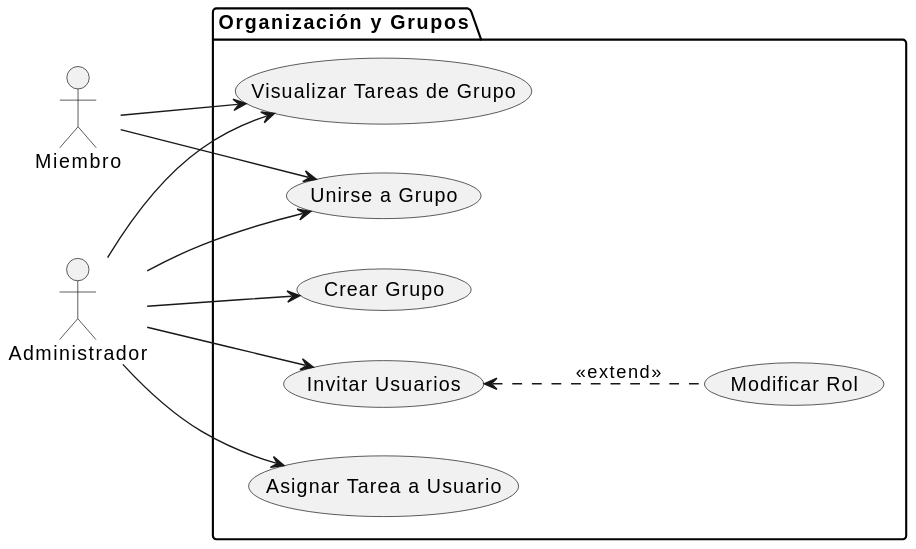
Earlier version of the PlantUML export documents/actoresYCasosDeUso/diagramas/diagramaOrganizaciónYGrupos/diagramaOrganizacionYGrupos.svg (inigovaqueroo04/25-26-IdSw1-SdR). Source of this version:
```plantuml
@startuml
left to right direction
actor "Administrador" as Admin
actor "Miembro" as Miem

package "Organización y Grupos" {
    usecase "Crear Grupo" as UC_G1
    usecase "Unirse a Grupo" as UC_G2
    usecase "Invitar Miembro" as UC_G3
    usecase "Visualizar Tareas de Grupo" as UC_G4
    usecase "Asignar Tarea" as UC_G5

    usecase "Modificar Rol" as UC_G6
}

Admin --> UC_G1
Admin --> UC_G2
Miem --> UC_G2
Admin --> UC_G3
Admin --> UC_G4
Miem --> UC_G4
Admin --> UC_G5
UC_G3 <.. UC_G6 : <<extend>>


    package "Organización y Grupos" {
        usecase "Crear Grupo" as UC_G1
        usecase "Unirse a Grupo" as UC_G2
        usecase "Invitar Usuarios" as UC_G3
        usecase "Visualizar Tareas de Grupo" as UC_G4
        usecase "Asignar Tarea a Usuario" as UC_G5
    }
@enduml
```
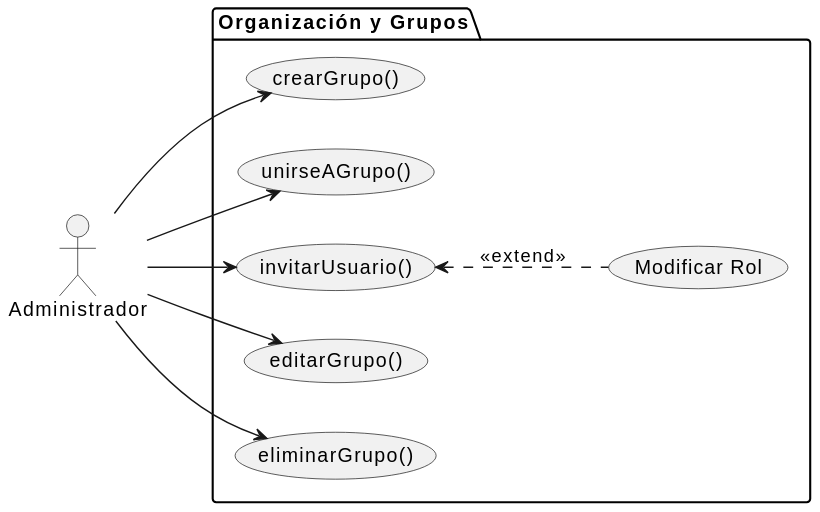
After the change.

Change to the diagram source:
```diff
@@ -1,33 +1,21 @@
 @startuml
 left to right direction
 actor "Administrador" as Admin
-actor "Miembro" as Miem
 
 package "Organización y Grupos" {
-    usecase "Crear Grupo" as UC_G1
-    usecase "Unirse a Grupo" as UC_G2
-    usecase "Invitar Miembro" as UC_G3
-    usecase "Visualizar Tareas de Grupo" as UC_G4
-    usecase "Asignar Tarea" as UC_G5
+    usecase "crearGrupo()" as UC_G1
+    usecase "unirseAGrupo()" as UC_G2
+    usecase "invitarUsuario()" as UC_G3
+    usecase "editarGrupo()" as UC_G4
+    usecase "eliminarGrupo()" as UC_G5
 
     usecase "Modificar Rol" as UC_G6
 }
 
 Admin --> UC_G1
 Admin --> UC_G2
-Miem --> UC_G2
 Admin --> UC_G3
 Admin --> UC_G4
-Miem --> UC_G4
 Admin --> UC_G5
 UC_G3 <.. UC_G6 : <<extend>>
-
-
-    package "Organización y Grupos" {
-        usecase "Crear Grupo" as UC_G1
-        usecase "Unirse a Grupo" as UC_G2
-        usecase "Invitar Usuarios" as UC_G3
-        usecase "Visualizar Tareas de Grupo" as UC_G4
-        usecase "Asignar Tarea a Usuario" as UC_G5
-    }
 @enduml
```
